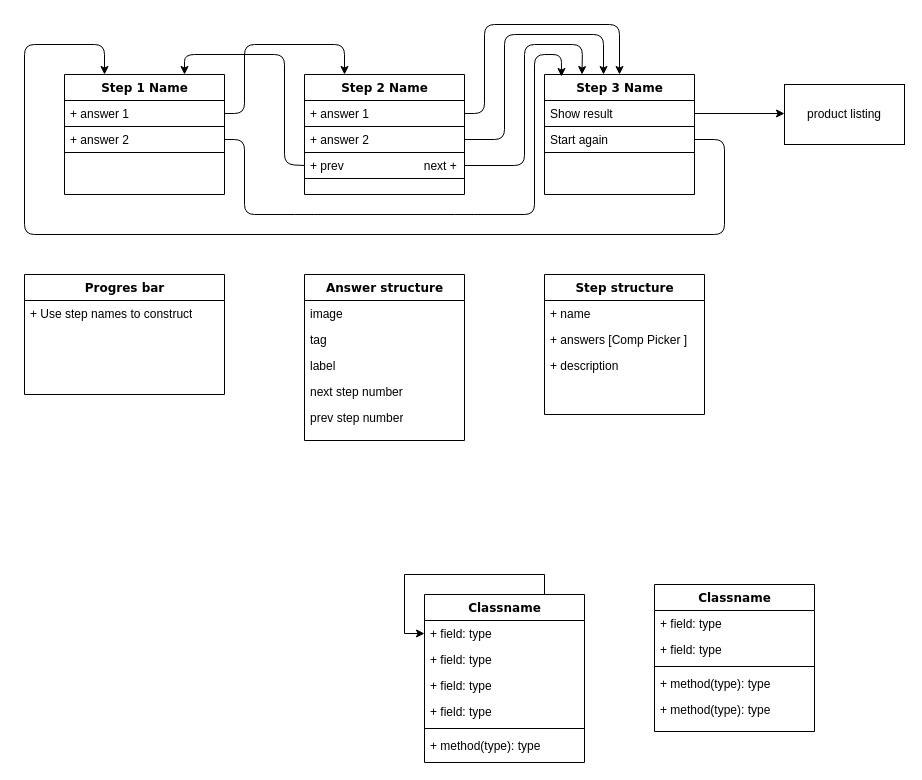
This is w1.drawio from sgromskiy/Test, a draw.io file, before an edit. Source tidied: cells renumbered, new cells numbered last; positions are measured from the earlier drawing's top-left corner, leaving out a move shared by most shapes. Both pictures are drawn from the tidied source at 100%, with x=0, y=0 at pixel (24, 24).
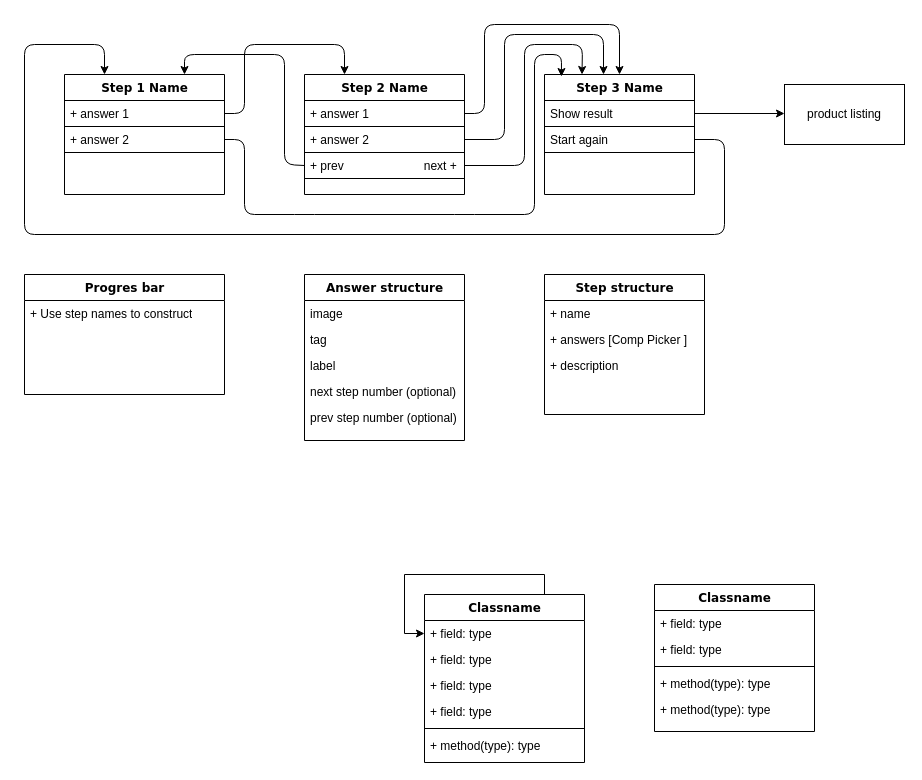
The same diagram, later.

The change refers to these unchanged cells:
```xml
<mxCell id="12" value="Answer structure" style="swimlane;html=1;fontStyle=1;align=center;verticalAlign=top;horizontal=1;startSize=26;swimlaneFillColor=#ffffff;rounded=0;shadow=0;comic=0;labelBackgroundColor=none;strokeWidth=1;fillColor=none;fontFamily=Verdana;fontSize=12;" parent="1" vertex="1">
  <mxGeometry x="280" y="250" width="160" height="166" as="geometry" />
</mxCell>
```

Change to the diagram source:
```diff
@@
-    <mxCell id="16" value="next step number" style="text;html=1;strokeColor=none;fillColor=none;align=left;verticalAlign=top;spacingLeft=4;spacingRight=4;whiteSpace=wrap;overflow=hidden;" parent="12" vertex="1">
+    <mxCell id="16" value="next step number (optional)" style="text;html=1;strokeColor=none;fillColor=none;align=left;verticalAlign=top;spacingLeft=4;spacingRight=4;whiteSpace=wrap;overflow=hidden;" parent="12" vertex="1">
       <mxGeometry y="104" width="160" height="26" as="geometry" />
     </mxCell>
-    <mxCell id="17" value="prev step number" style="text;html=1;strokeColor=none;fillColor=none;align=left;verticalAlign=top;spacingLeft=4;spacingRight=4;whiteSpace=wrap;overflow=hidden;" parent="12" vertex="1">
+    <mxCell id="17" value="prev step number (optional)" style="text;html=1;strokeColor=none;fillColor=none;align=left;verticalAlign=top;spacingLeft=4;spacingRight=4;whiteSpace=wrap;overflow=hidden;" parent="12" vertex="1">
       <mxGeometry y="130" width="160" height="26" as="geometry" />
     </mxCell>
```
